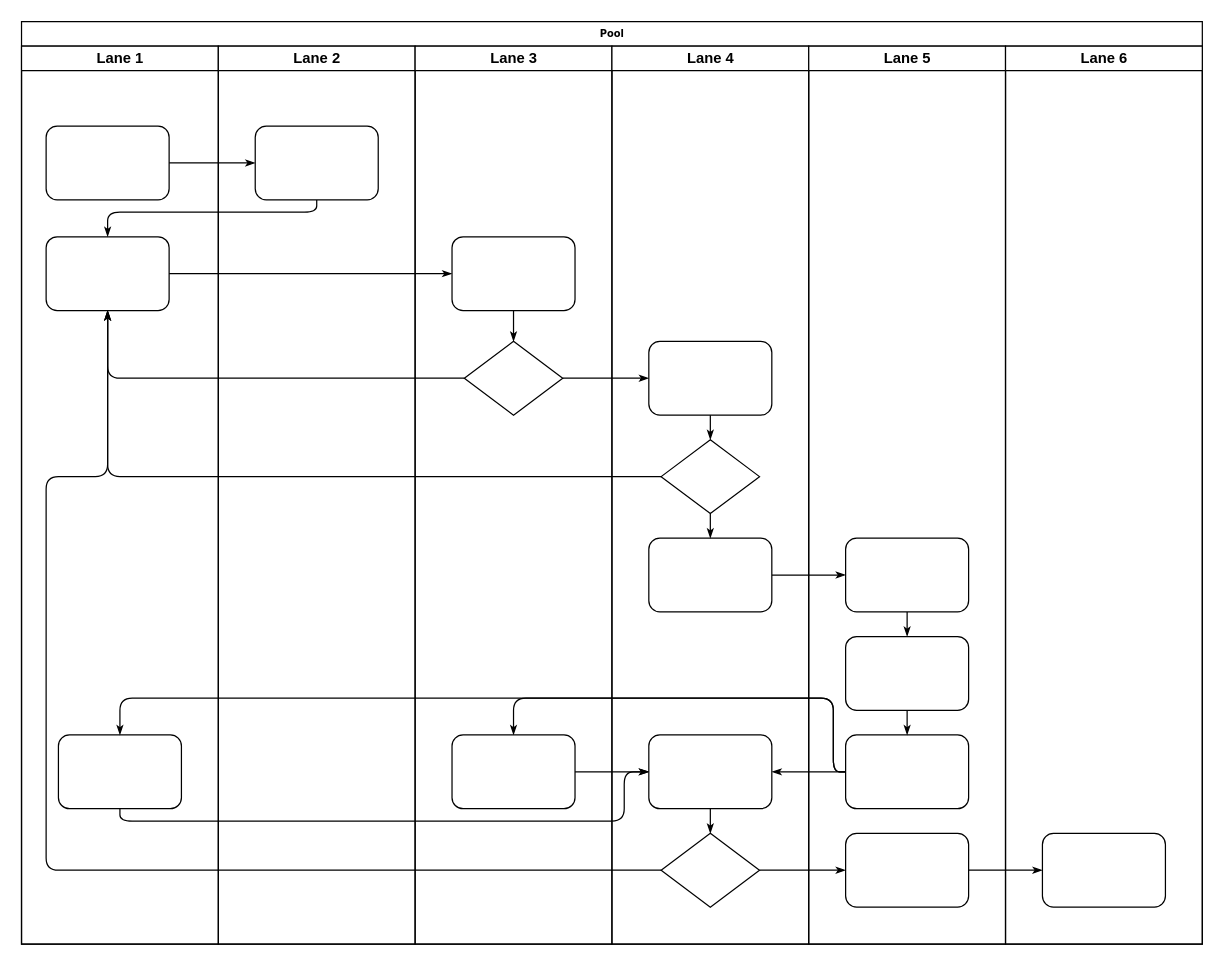
Earlier version of the draw.io diagram SHAdminUI-Architecture.drawio (Cyrolies/TigersFreightDocs). Source tidied: cells renumbered, new cells numbered last; positions are measured from the earlier drawing's top-left corner, leaving out a move shared by most shapes. Both pictures are drawn from the tidied source at 123%, with x=0, y=0 at pixel (21, 21).
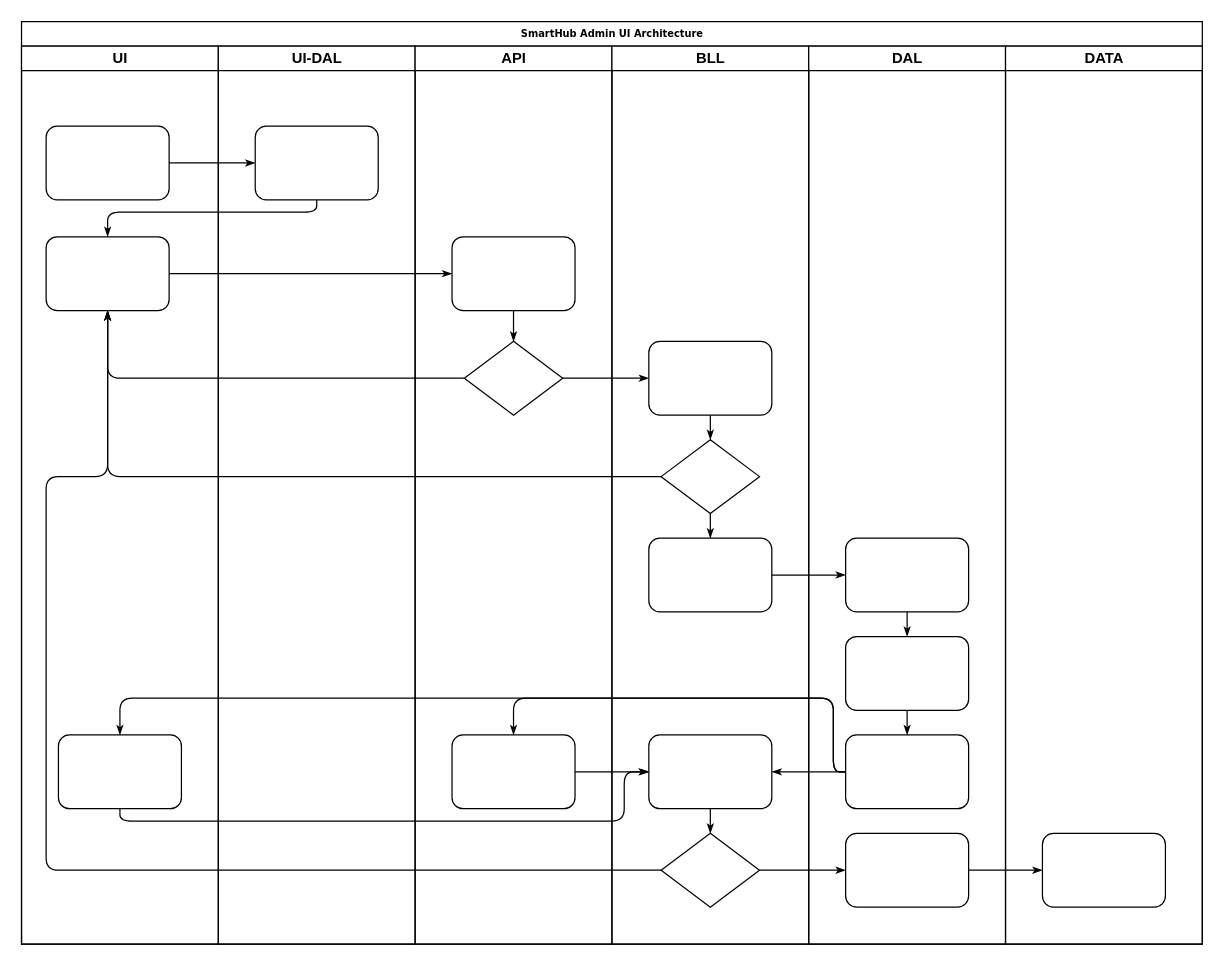
The same diagram, later.

What changed in the source:
```diff
@@
-    <mxCell id="2" value="Pool" style="swimlane;html=1;startSize=20;rounded=0;shadow=0;labelBackgroundColor=none;strokeColor=#000000;strokeWidth=1;fillColor=#ffffff;fontFamily=Verdana;fontSize=8;fontColor=#000000;align=center;" parent="1" vertex="1">
+    <mxCell id="2" value="SmartHub Admin UI Architecture" style="swimlane;html=1;startSize=20;rounded=0;shadow=0;labelBackgroundColor=none;strokeColor=#000000;strokeWidth=1;fillColor=#ffffff;fontFamily=Verdana;fontSize=8;fontColor=#000000;align=center;" parent="1" vertex="1">
       <mxGeometry width="960" height="750" as="geometry" />
     </mxCell>
-    <mxCell id="3" value="Lane 1" style="swimlane;html=1;startSize=20;" parent="2" vertex="1">
+    <mxCell id="3" value="UI" style="swimlane;html=1;startSize=20;" parent="2" vertex="1">
       <mxGeometry y="20" width="160" height="730" as="geometry" />
     </mxCell>
@@
-    <mxCell id="22" value="Lane 2" style="swimlane;html=1;startSize=20;" parent="2" vertex="1">
+    <mxCell id="22" value="UI-DAL" style="swimlane;html=1;startSize=20;" parent="2" vertex="1">
       <mxGeometry x="160" y="20" width="160" height="730" as="geometry" />
     </mxCell>
@@
-    <mxCell id="24" value="Lane 3" style="swimlane;html=1;startSize=20;" parent="2" vertex="1">
+    <mxCell id="24" value="API" style="swimlane;html=1;startSize=20;" parent="2" vertex="1">
       <mxGeometry x="320" y="20" width="160" height="730" as="geometry" />
     </mxCell>
@@
-    <mxCell id="29" value="Lane 4" style="swimlane;html=1;startSize=20;" parent="2" vertex="1">
+    <mxCell id="29" value="BLL" style="swimlane;html=1;startSize=20;" parent="2" vertex="1">
       <mxGeometry x="480" y="20" width="160" height="730" as="geometry" />
     </mxCell>
@@
-    <mxCell id="38" value="Lane 5" style="swimlane;html=1;startSize=20;" parent="2" vertex="1">
+    <mxCell id="38" value="DAL" style="swimlane;html=1;startSize=20;" parent="2" vertex="1">
       <mxGeometry x="640" y="20" width="160" height="730" as="geometry" />
     </mxCell>
@@
-    <mxCell id="45" value="Lane 6" style="swimlane;html=1;startSize=20;" parent="2" vertex="1">
+    <mxCell id="45" value="DATA" style="swimlane;html=1;startSize=20;" parent="2" vertex="1">
       <mxGeometry x="800" y="20" width="160" height="730" as="geometry" />
     </mxCell>
```
